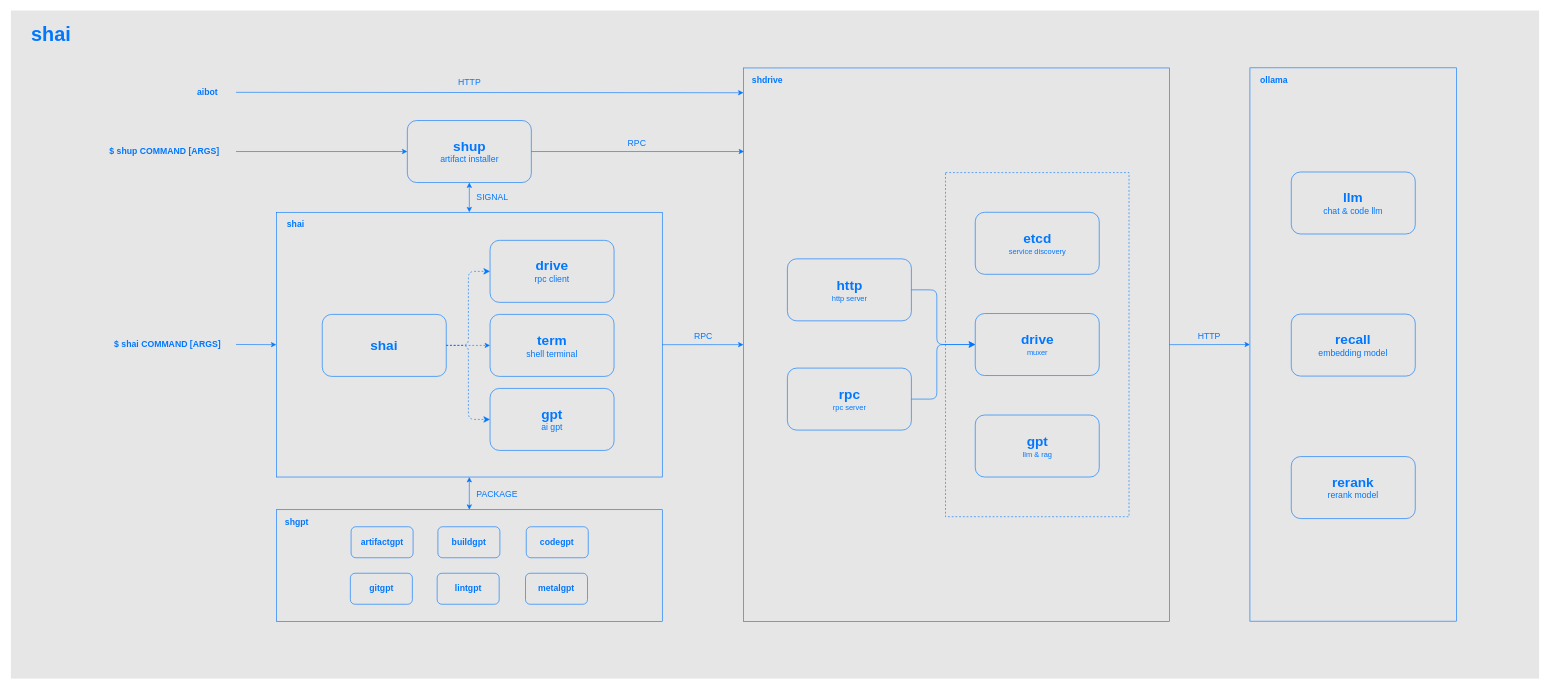
The draw.io diagram arch.drawio in ai-flowx/.github, before the edit. Source tidied: cells renumbered, new cells numbered last; positions are measured from the earlier drawing's top-left corner, leaving out a move shared by most shapes. Both pictures are drawn from the tidied source at 62%, with x=0, y=0 at pixel (11, 10).
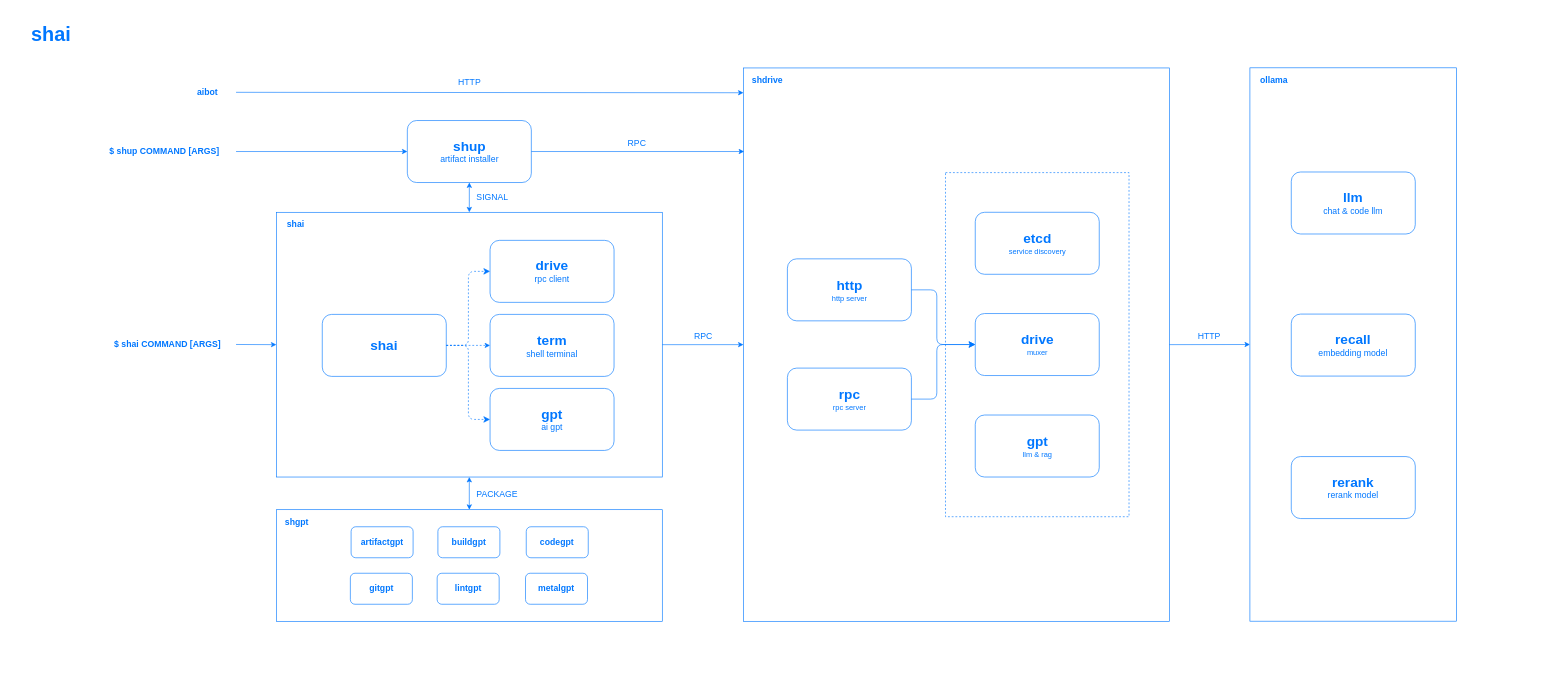
Above is the later version.

Commit message (it also covers changes not shown here):
docs(profile): update arch files

Change to the diagram source:
```diff
@@
-    <mxCell id="2" style="rounded=0;whiteSpace=wrap;html=1;strokeColor=none;fillColor=#E6E6E6;" parent="1" vertex="1">
+    <mxCell id="2" style="rounded=0;whiteSpace=wrap;html=1;strokeColor=none;fillColor=#FFFFFF;" parent="1" vertex="1">
       <mxGeometry y="0.5" width="2465" height="1077.5" as="geometry" />
     </mxCell>
```
